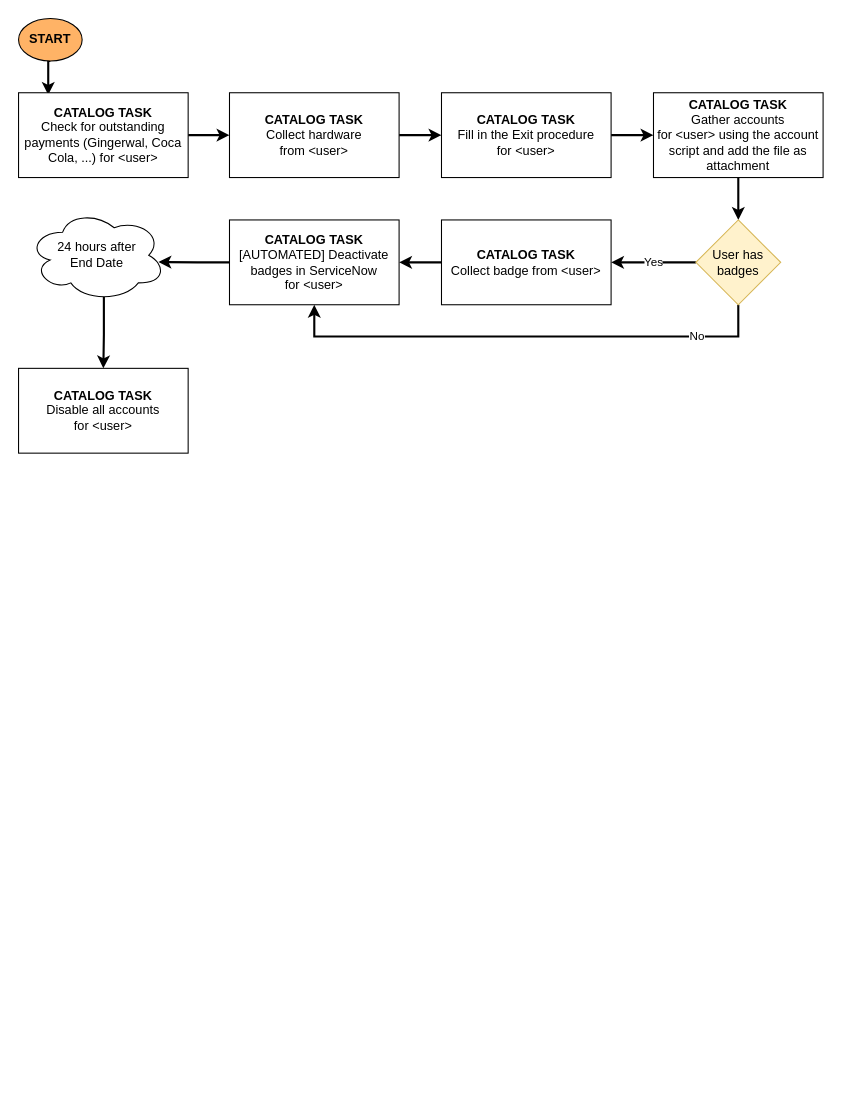
The draw.io diagram ArxOffboarding.drawio in dgcst/flows, before the edit. Source tidied: cells renumbered, new cells numbered last; positions are measured from the earlier drawing's top-left corner, leaving out a move shared by most shapes. Both pictures are drawn from the tidied source at 106%, with x=0, y=0 at pixel (18, 18).
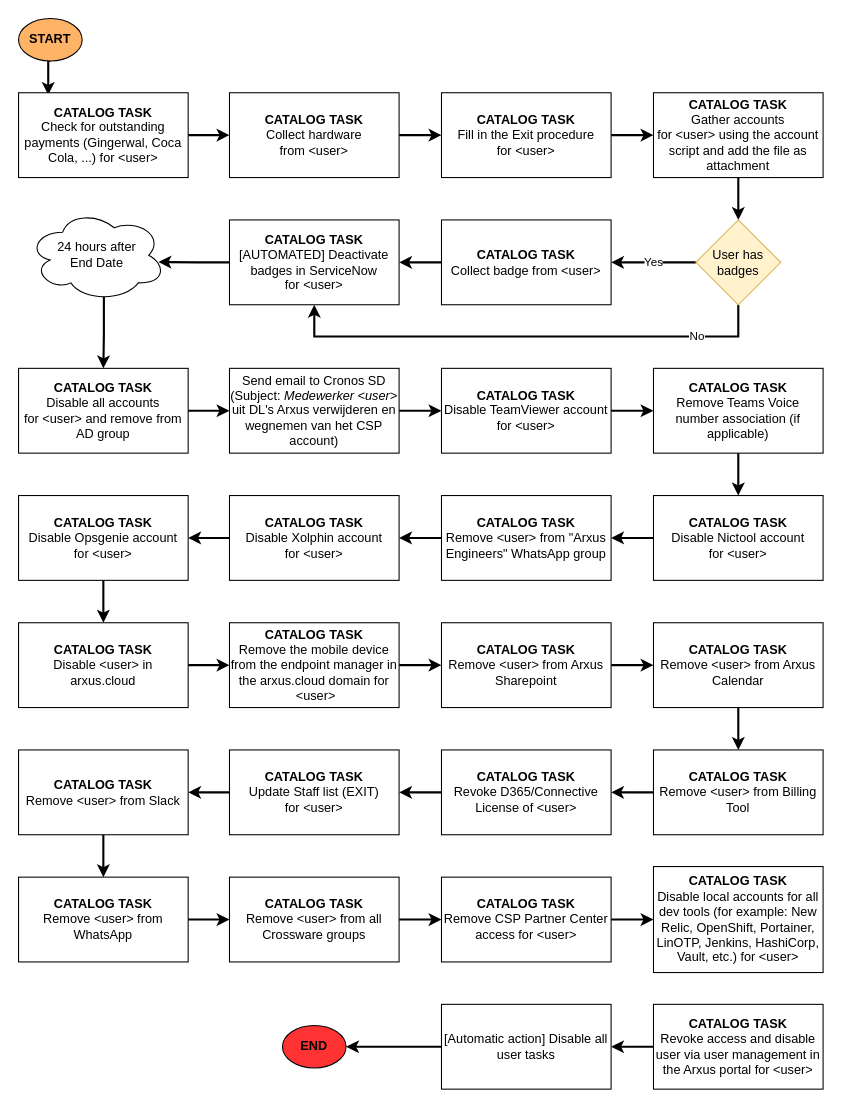
The same diagram, later.

Diff of the diagram source:
```diff
@@
+    <mxCell id="22" style="edgeStyle=orthogonalEdgeStyle;rounded=0;jettySize=auto;html=1;exitX=1;exitY=0.5;exitDx=0;exitDy=0;entryX=0;entryY=0.5;entryDx=0;entryDy=0;strokeWidth=2;" parent="1" edge="1" source="21" target="24">
+      <mxGeometry relative="1" as="geometry" />
+    </mxCell>
-    <mxCell id="21" value="&lt;b&gt;CATALOG TASK&lt;br&gt;&lt;/b&gt;&lt;span&gt;Disable all accounts for&lt;/span&gt;&lt;span&gt;&amp;nbsp;&lt;/span&gt;&lt;span&gt;&amp;lt;user&amp;gt;&lt;/span&gt;" style="rounded=0;whiteSpace=wrap;html=1;" parent="1" vertex="1">
+    <mxCell id="21" value="&lt;b&gt;CATALOG TASK&lt;br&gt;&lt;/b&gt;&lt;span&gt;Disable all accounts for&lt;/span&gt;&lt;span&gt;&amp;nbsp;&lt;/span&gt;&lt;span&gt;&amp;lt;user&amp;gt;&amp;nbsp;&lt;/span&gt;&lt;span&gt;and remove from AD group&lt;/span&gt;" style="rounded=0;whiteSpace=wrap;html=1;" parent="1" vertex="1">
       <mxGeometry y="330" width="160" height="80" as="geometry" />
     </mxCell>
+    <mxCell id="23" style="edgeStyle=orthogonalEdgeStyle;rounded=0;jettySize=auto;html=1;exitX=1;exitY=0.5;exitDx=0;exitDy=0;entryX=0;entryY=0.5;entryDx=0;entryDy=0;strokeWidth=2;" parent="1" edge="1" source="24" target="26">
+      <mxGeometry relative="1" as="geometry" />
+    </mxCell>
+    <mxCell id="24" value="Send email to Cronos SD&lt;br&gt;(Subject:&amp;nbsp;&lt;span&gt;&lt;i&gt;Medewerker&amp;nbsp;&amp;lt;user&amp;gt;&lt;br&gt;&lt;/i&gt;&lt;/span&gt;&lt;span&gt;uit DL's Arxus verwijderen en wegnemen van het CSP account&lt;/span&gt;)" style="rounded=0;whiteSpace=wrap;html=1;" parent="1" vertex="1">
+      <mxGeometry x="199" y="330" width="160" height="80" as="geometry" />
+    </mxCell>
+    <mxCell id="25" style="edgeStyle=orthogonalEdgeStyle;rounded=0;jettySize=auto;html=1;exitX=1;exitY=0.5;exitDx=0;exitDy=0;entryX=0;entryY=0.5;entryDx=0;entryDy=0;strokeWidth=2;" parent="1" edge="1" source="26" target="28">
+      <mxGeometry relative="1" as="geometry" />
+    </mxCell>
+    <mxCell id="26" value="&lt;b&gt;CATALOG TASK&lt;br&gt;&lt;/b&gt;&lt;span&gt;Disable TeamViewer account for&lt;/span&gt;&lt;span&gt;&amp;nbsp;&amp;lt;user&amp;gt;&lt;/span&gt;" style="rounded=0;whiteSpace=wrap;html=1;" parent="1" vertex="1">
+      <mxGeometry x="399" y="330" width="160" height="80" as="geometry" />
+    </mxCell>
+    <mxCell id="27" style="edgeStyle=orthogonalEdgeStyle;rounded=0;jettySize=auto;html=1;exitX=0.5;exitY=1;exitDx=0;exitDy=0;entryX=0.5;entryY=0;entryDx=0;entryDy=0;strokeWidth=2;" parent="1" edge="1" source="28" target="30">
+      <mxGeometry relative="1" as="geometry" />
+    </mxCell>
+    <mxCell id="28" value="&lt;b&gt;CATALOG TASK&lt;br&gt;&lt;/b&gt;&lt;span&gt;Remove Teams Voice number association (if applicable)&lt;/span&gt;" style="rounded=0;whiteSpace=wrap;html=1;" parent="1" vertex="1">
+      <mxGeometry x="599" y="330" width="160" height="80" as="geometry" />
+    </mxCell>
+    <mxCell id="29" style="edgeStyle=orthogonalEdgeStyle;rounded=0;jettySize=auto;html=1;exitX=0;exitY=0.5;exitDx=0;exitDy=0;entryX=1;entryY=0.5;entryDx=0;entryDy=0;strokeWidth=2;" parent="1" edge="1" source="30" target="32">
+      <mxGeometry relative="1" as="geometry" />
+    </mxCell>
+    <mxCell id="30" value="&lt;b&gt;CATALOG TASK&lt;br&gt;&lt;/b&gt;&lt;span&gt;Disable Nictool account for&lt;/span&gt;&lt;span&gt;&amp;nbsp;&amp;lt;user&amp;gt;&lt;/span&gt;" style="rounded=0;whiteSpace=wrap;html=1;" parent="1" vertex="1">
+      <mxGeometry x="599" y="450" width="160" height="80" as="geometry" />
+    </mxCell>
+    <mxCell id="31" style="edgeStyle=orthogonalEdgeStyle;rounded=0;jettySize=auto;html=1;exitX=0;exitY=0.5;exitDx=0;exitDy=0;entryX=1;entryY=0.5;entryDx=0;entryDy=0;strokeWidth=2;" parent="1" edge="1" source="32" target="34">
+      <mxGeometry relative="1" as="geometry" />
+    </mxCell>
+    <mxCell id="32" value="&lt;b&gt;CATALOG TASK&lt;br&gt;&lt;/b&gt;&lt;span&gt;Remove&lt;/span&gt;&lt;span&gt;&amp;nbsp;&amp;lt;user&amp;gt; &lt;/span&gt;from &quot;Arxus Engineers&quot; WhatsApp group" style="rounded=0;whiteSpace=wrap;html=1;" parent="1" vertex="1">
+      <mxGeometry x="399" y="450" width="160" height="80" as="geometry" />
+    </mxCell>
+    <mxCell id="33" style="edgeStyle=orthogonalEdgeStyle;rounded=0;jettySize=auto;html=1;exitX=0;exitY=0.5;exitDx=0;exitDy=0;entryX=1;entryY=0.5;entryDx=0;entryDy=0;strokeWidth=2;" parent="1" edge="1" source="34" target="36">
+      <mxGeometry relative="1" as="geometry" />
+    </mxCell>
+    <mxCell id="34" value="&lt;b&gt;CATALOG TASK&lt;br&gt;&lt;/b&gt;&lt;span&gt;Disable Xolphin account for&amp;nbsp;&lt;/span&gt;&lt;span&gt;&amp;lt;user&amp;gt;&lt;/span&gt;" style="rounded=0;whiteSpace=wrap;html=1;" parent="1" vertex="1">
+      <mxGeometry x="199" y="450" width="160" height="80" as="geometry" />
+    </mxCell>
+    <mxCell id="35" style="edgeStyle=orthogonalEdgeStyle;rounded=0;jettySize=auto;html=1;exitX=0.5;exitY=1;exitDx=0;exitDy=0;entryX=0.5;entryY=0;entryDx=0;entryDy=0;strokeWidth=2;" parent="1" edge="1" source="36" target="38">
+      <mxGeometry relative="1" as="geometry" />
+    </mxCell>
+    <mxCell id="36" value="&lt;b&gt;CATALOG TASK&lt;br&gt;&lt;/b&gt;Disable&amp;nbsp;&lt;span&gt;Opsgenie &lt;/span&gt;account for&amp;nbsp;&amp;lt;user&amp;gt;" style="rounded=0;whiteSpace=wrap;html=1;" parent="1" vertex="1">
+      <mxGeometry y="450" width="160" height="80" as="geometry" />
+    </mxCell>
+    <mxCell id="37" style="edgeStyle=orthogonalEdgeStyle;rounded=0;jettySize=auto;html=1;exitX=1;exitY=0.5;exitDx=0;exitDy=0;entryX=0;entryY=0.5;entryDx=0;entryDy=0;strokeWidth=2;" parent="1" edge="1" source="38" target="40">
+      <mxGeometry relative="1" as="geometry" />
+    </mxCell>
+    <mxCell id="38" value="&lt;b&gt;CATALOG TASK&lt;br&gt;&lt;/b&gt;Disable &amp;lt;user&amp;gt;&amp;nbsp;&lt;span&gt;in arxus.cloud&lt;/span&gt;" style="rounded=0;whiteSpace=wrap;html=1;" parent="1" vertex="1">
+      <mxGeometry y="570" width="160" height="80" as="geometry" />
+    </mxCell>
+    <mxCell id="39" style="edgeStyle=orthogonalEdgeStyle;rounded=0;jettySize=auto;html=1;exitX=1;exitY=0.5;exitDx=0;exitDy=0;entryX=0;entryY=0.5;entryDx=0;entryDy=0;strokeWidth=2;" parent="1" edge="1" source="40" target="42">
+      <mxGeometry relative="1" as="geometry" />
+    </mxCell>
+    <mxCell id="40" value="&lt;b&gt;CATALOG TASK&lt;br&gt;&lt;/b&gt;&lt;span&gt;Remove the mobile device from the endpoint manager in the arxus.cloud domain for &lt;/span&gt;&amp;nbsp;&amp;lt;user&amp;gt;" style="rounded=0;whiteSpace=wrap;html=1;" parent="1" vertex="1">
+      <mxGeometry x="199" y="570" width="160" height="80" as="geometry" />
+    </mxCell>
+    <mxCell id="41" style="edgeStyle=orthogonalEdgeStyle;rounded=0;jettySize=auto;html=1;exitX=1;exitY=0.5;exitDx=0;exitDy=0;strokeWidth=2;" parent="1" edge="1" source="42" target="44">
+      <mxGeometry relative="1" as="geometry" />
+    </mxCell>
+    <mxCell id="42" value="&lt;b&gt;CATALOG TASK&lt;br&gt;&lt;/b&gt;Remove &amp;lt;user&amp;gt;&amp;nbsp;&lt;span&gt;from Arxus Sharepoint&lt;/span&gt;" style="rounded=0;whiteSpace=wrap;html=1;" parent="1" vertex="1">
+      <mxGeometry x="399" y="570" width="160" height="80" as="geometry" />
+    </mxCell>
+    <mxCell id="43" style="edgeStyle=orthogonalEdgeStyle;rounded=0;jettySize=auto;html=1;exitX=0.5;exitY=1;exitDx=0;exitDy=0;entryX=0.5;entryY=0;entryDx=0;entryDy=0;strokeWidth=2;" parent="1" edge="1" source="44" target="46">
+      <mxGeometry relative="1" as="geometry" />
+    </mxCell>
+    <mxCell id="44" value="&lt;b&gt;CATALOG TASK&lt;br&gt;&lt;/b&gt;Remove &amp;lt;user&amp;gt;&amp;nbsp;from Arxus Calendar" style="rounded=0;whiteSpace=wrap;html=1;" parent="1" vertex="1">
+      <mxGeometry x="599" y="570" width="160" height="80" as="geometry" />
+    </mxCell>
+    <mxCell id="45" style="edgeStyle=orthogonalEdgeStyle;rounded=0;jettySize=auto;html=1;exitX=0;exitY=0.5;exitDx=0;exitDy=0;strokeWidth=2;" parent="1" edge="1" source="46" target="48">
+      <mxGeometry relative="1" as="geometry" />
+    </mxCell>
+    <mxCell id="46" value="&lt;b&gt;CATALOG TASK&lt;br&gt;&lt;/b&gt;Remove &amp;lt;user&amp;gt;&amp;nbsp;from Billing Tool" style="rounded=0;whiteSpace=wrap;html=1;" parent="1" vertex="1">
+      <mxGeometry x="599" y="690" width="160" height="80" as="geometry" />
+    </mxCell>
+    <mxCell id="47" style="edgeStyle=orthogonalEdgeStyle;rounded=0;jettySize=auto;html=1;exitX=0;exitY=0.5;exitDx=0;exitDy=0;entryX=1;entryY=0.5;entryDx=0;entryDy=0;strokeWidth=2;" parent="1" edge="1" source="48" target="50">
+      <mxGeometry relative="1" as="geometry" />
+    </mxCell>
+    <mxCell id="48" value="&lt;b&gt;CATALOG TASK&lt;br&gt;&lt;/b&gt;&lt;span&gt;Revoke D365/Connective License of&amp;nbsp;&lt;/span&gt;&amp;lt;user&amp;gt;" style="rounded=0;whiteSpace=wrap;html=1;" parent="1" vertex="1">
+      <mxGeometry x="399" y="690" width="160" height="80" as="geometry" />
+    </mxCell>
+    <mxCell id="49" style="edgeStyle=orthogonalEdgeStyle;rounded=0;jettySize=auto;html=1;exitX=0;exitY=0.5;exitDx=0;exitDy=0;entryX=1;entryY=0.5;entryDx=0;entryDy=0;strokeWidth=2;" parent="1" edge="1" source="50" target="52">
+      <mxGeometry relative="1" as="geometry" />
+    </mxCell>
+    <mxCell id="50" value="&lt;b&gt;CATALOG TASK&lt;br&gt;&lt;/b&gt;&lt;span&gt;Update Staff list (EXIT) for&lt;/span&gt;&lt;span&gt;&amp;nbsp;&lt;/span&gt;&amp;lt;user&amp;gt;" style="rounded=0;whiteSpace=wrap;html=1;" parent="1" vertex="1">
+      <mxGeometry x="199" y="690" width="160" height="80" as="geometry" />
+    </mxCell>
+    <mxCell id="51" style="edgeStyle=orthogonalEdgeStyle;rounded=0;jettySize=auto;html=1;exitX=0.5;exitY=1;exitDx=0;exitDy=0;entryX=0.5;entryY=0;entryDx=0;entryDy=0;strokeWidth=2;" parent="1" edge="1" source="52" target="54">
+      <mxGeometry relative="1" as="geometry" />
+    </mxCell>
+    <mxCell id="52" value="&lt;b&gt;CATALOG TASK&lt;br&gt;&lt;/b&gt;Remove &amp;lt;user&amp;gt;&amp;nbsp;&lt;span&gt;from Slack&lt;/span&gt;" style="rounded=0;whiteSpace=wrap;html=1;" parent="1" vertex="1">
+      <mxGeometry y="690" width="160" height="80" as="geometry" />
+    </mxCell>
+    <mxCell id="53" style="edgeStyle=orthogonalEdgeStyle;rounded=0;jettySize=auto;html=1;exitX=1;exitY=0.5;exitDx=0;exitDy=0;entryX=0;entryY=0.5;entryDx=0;entryDy=0;strokeWidth=2;" parent="1" edge="1" source="54" target="56">
+      <mxGeometry relative="1" as="geometry" />
+    </mxCell>
+    <mxCell id="54" value="&lt;b&gt;CATALOG TASK&lt;br&gt;&lt;/b&gt;Remove &amp;lt;user&amp;gt;&amp;nbsp;&lt;span&gt;from WhatsApp&lt;/span&gt;" style="rounded=0;whiteSpace=wrap;html=1;" parent="1" vertex="1">
+      <mxGeometry y="810" width="160" height="80" as="geometry" />
+    </mxCell>
+    <mxCell id="55" style="edgeStyle=orthogonalEdgeStyle;rounded=0;jettySize=auto;html=1;exitX=1;exitY=0.5;exitDx=0;exitDy=0;entryX=0;entryY=0.5;entryDx=0;entryDy=0;strokeWidth=2;" parent="1" edge="1" source="56" target="58">
+      <mxGeometry relative="1" as="geometry" />
+    </mxCell>
+    <mxCell id="56" value="&lt;b&gt;CATALOG TASK&lt;br&gt;&lt;/b&gt;Remove &amp;lt;user&amp;gt;&amp;nbsp;&lt;span&gt;from all Crossware groups&lt;/span&gt;" style="rounded=0;whiteSpace=wrap;html=1;" parent="1" vertex="1">
+      <mxGeometry x="199" y="810" width="160" height="80" as="geometry" />
+    </mxCell>
+    <mxCell id="57" style="edgeStyle=orthogonalEdgeStyle;rounded=0;jettySize=auto;html=1;exitX=1;exitY=0.5;exitDx=0;exitDy=0;strokeWidth=2;" parent="1" edge="1" source="58" target="59">
+      <mxGeometry relative="1" as="geometry" />
+    </mxCell>
+    <mxCell id="58" value="&lt;b&gt;CATALOG TASK&lt;br&gt;&lt;/b&gt;&lt;span&gt;Remove CSP Partner Center access for&amp;nbsp;&lt;/span&gt;&amp;lt;user&amp;gt;" style="rounded=0;whiteSpace=wrap;html=1;" parent="1" vertex="1">
+      <mxGeometry x="399" y="810" width="160" height="80" as="geometry" />
+    </mxCell>
+    <mxCell id="59" value="&lt;b&gt;CATALOG TASK&lt;br&gt;&lt;/b&gt;&lt;span&gt;Disable local accounts for all dev tools (for example: New Relic, OpenShift, Portainer, LinOTP, Jenkins, HashiCorp, Vault, etc.) for &lt;/span&gt;&amp;lt;user&amp;gt;" style="rounded=0;whiteSpace=wrap;html=1;" parent="1" vertex="1">
+      <mxGeometry x="599" y="800" width="160" height="100" as="geometry" />
+    </mxCell>
+    <mxCell id="60" style="edgeStyle=orthogonalEdgeStyle;rounded=0;jettySize=auto;html=1;exitX=0;exitY=0.5;exitDx=0;exitDy=0;entryX=1;entryY=0.5;entryDx=0;entryDy=0;strokeWidth=2;" parent="1" edge="1" source="61" target="63">
+      <mxGeometry relative="1" as="geometry" />
+    </mxCell>
+    <mxCell id="61" value="&lt;b&gt;CATALOG TASK&lt;br&gt;&lt;/b&gt;&lt;span&gt;Revoke access and disable user via user management in the Arxus portal for &lt;/span&gt;&amp;lt;user&amp;gt;" style="rounded=0;whiteSpace=wrap;html=1;" parent="1" vertex="1">
+      <mxGeometry x="599" y="930" width="160" height="80" as="geometry" />
+    </mxCell>
+    <mxCell id="62" style="edgeStyle=orthogonalEdgeStyle;rounded=0;jettySize=auto;html=1;exitX=0;exitY=0.5;exitDx=0;exitDy=0;strokeWidth=2;" parent="1" edge="1" source="63" target="64">
+      <mxGeometry relative="1" as="geometry" />
+    </mxCell>
+    <mxCell id="63" value="[Automatic action] Disable all user tasks" style="rounded=0;whiteSpace=wrap;html=1;" parent="1" vertex="1">
+      <mxGeometry x="399" y="930" width="160" height="80" as="geometry" />
+    </mxCell>
+    <mxCell id="64" value="END" style="ellipse;whiteSpace=wrap;html=1;fontStyle=1;fillColor=#FF3333;" parent="1" vertex="1">
+      <mxGeometry x="249" y="950" width="60" height="40" as="geometry" />
+    </mxCell>
```
